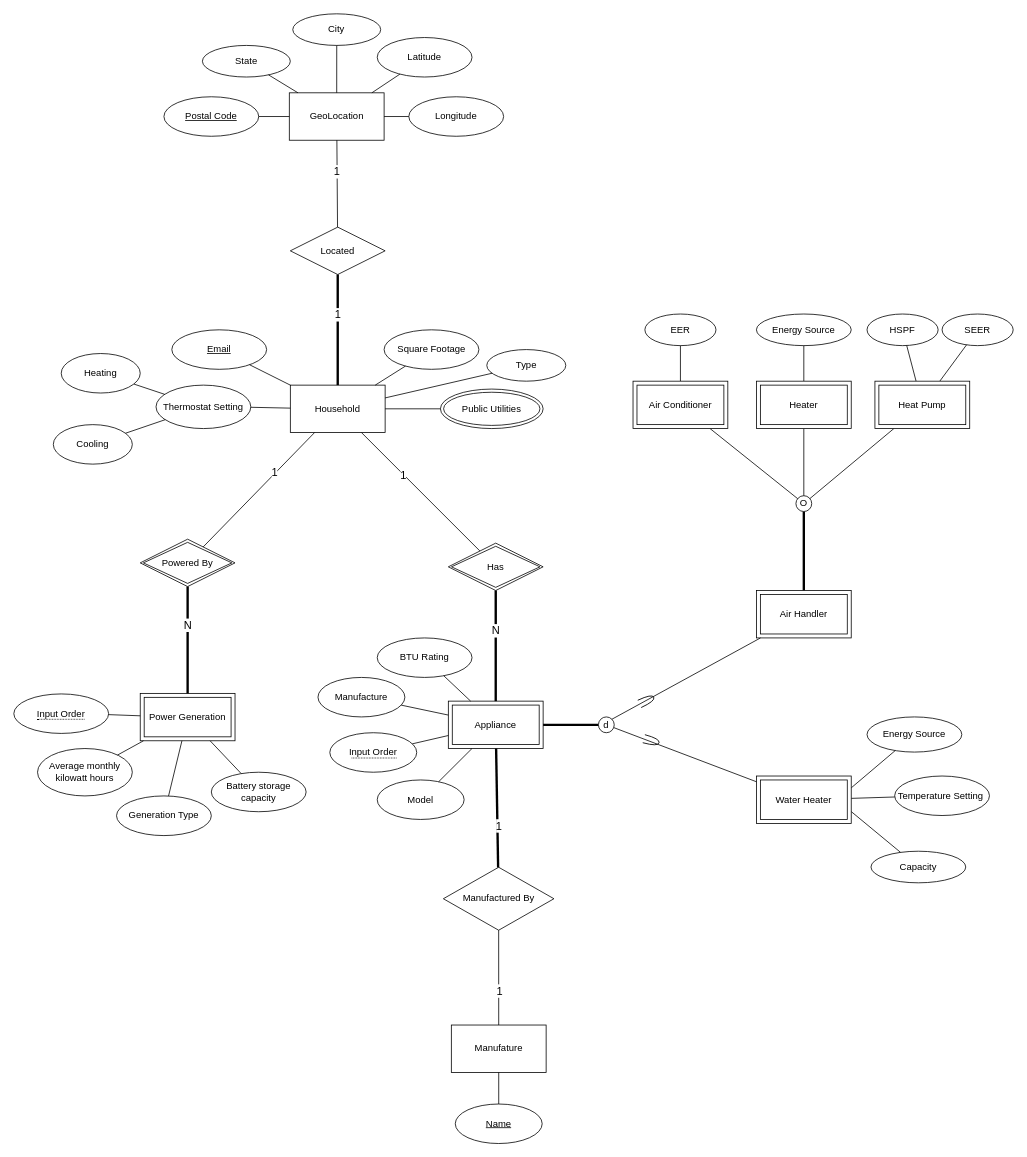
Above: EER.drawio in isteven-shu/image-library (draw.io), before the change. Source tidied: cells renumbered, new cells numbered last; positions are measured from the earlier drawing's top-left corner, leaving out a move shared by most shapes. Both pictures are drawn from the tidied source at 79%, with x=0, y=0 at pixel (13, 13).
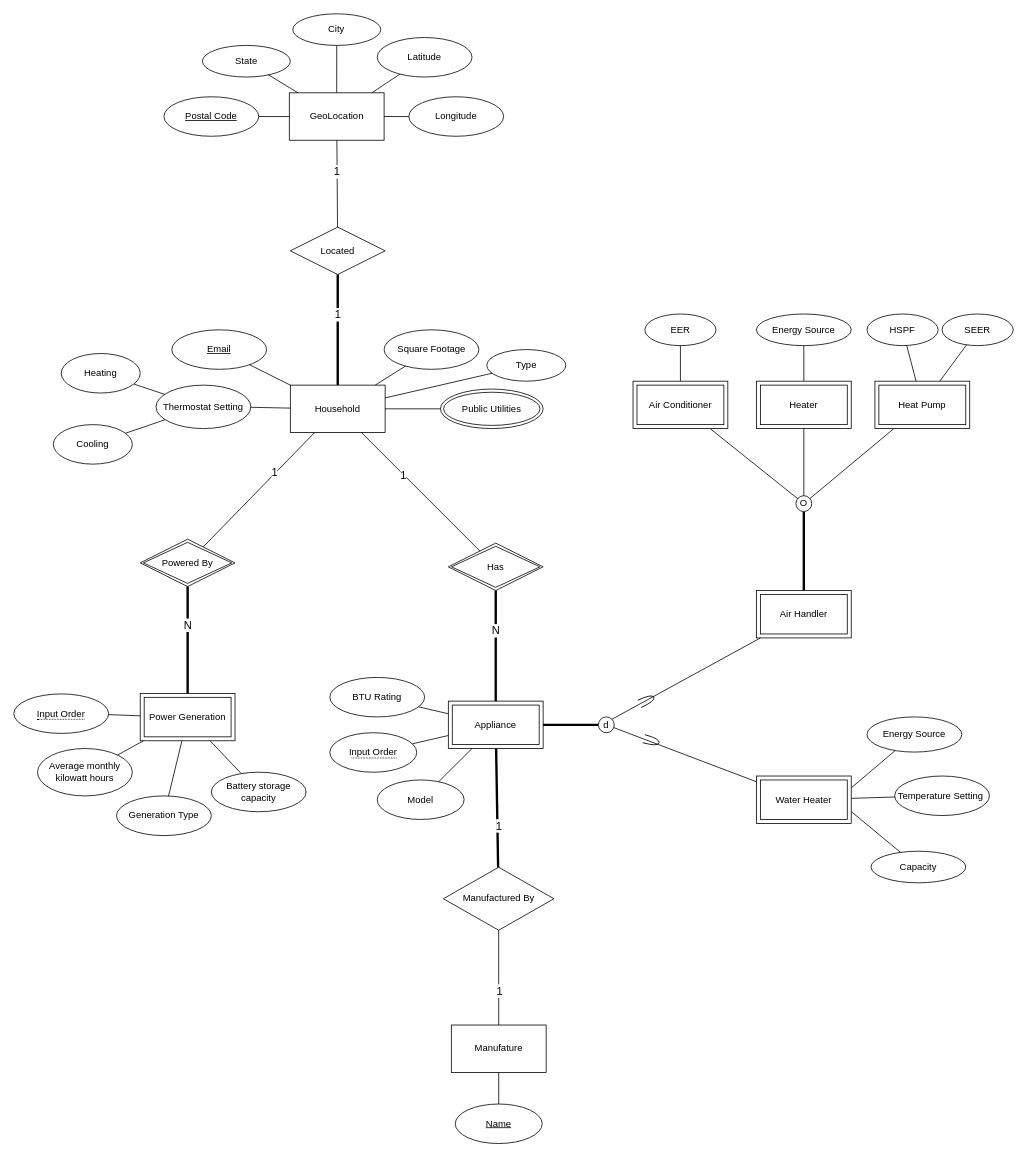
Above is the later version.

Unchanged cells that the change refers to:
```xml
<mxCell id="21" value="Appliance" style="shape=ext;margin=3;double=1;whiteSpace=wrap;html=1;align=center;" parent="1" vertex="1">
  <mxGeometry x="550" y="870" width="120" height="60" as="geometry" />
</mxCell>
```

Change to the diagram source:
```diff
@@
-    <mxCell id="26" value="Manufacture" style="ellipse;whiteSpace=wrap;html=1;" parent="1" vertex="1">
-      <mxGeometry x="385" y="840" width="110" height="50" as="geometry" />
-    </mxCell>
-    <mxCell id="27" style="endArrow=none;html=1;rounded=0;" parent="1" edge="1" source="26" target="21">
-      <mxGeometry relative="1" as="geometry" />
-    </mxCell>
     <mxCell id="28" value="BTU Rating" style="ellipse;whiteSpace=wrap;html=1;" parent="1" vertex="1">
-      <mxGeometry x="460" y="790" width="120" height="50" as="geometry" />
+      <mxGeometry x="400" y="840" width="120" height="50" as="geometry" />
     </mxCell>
```
